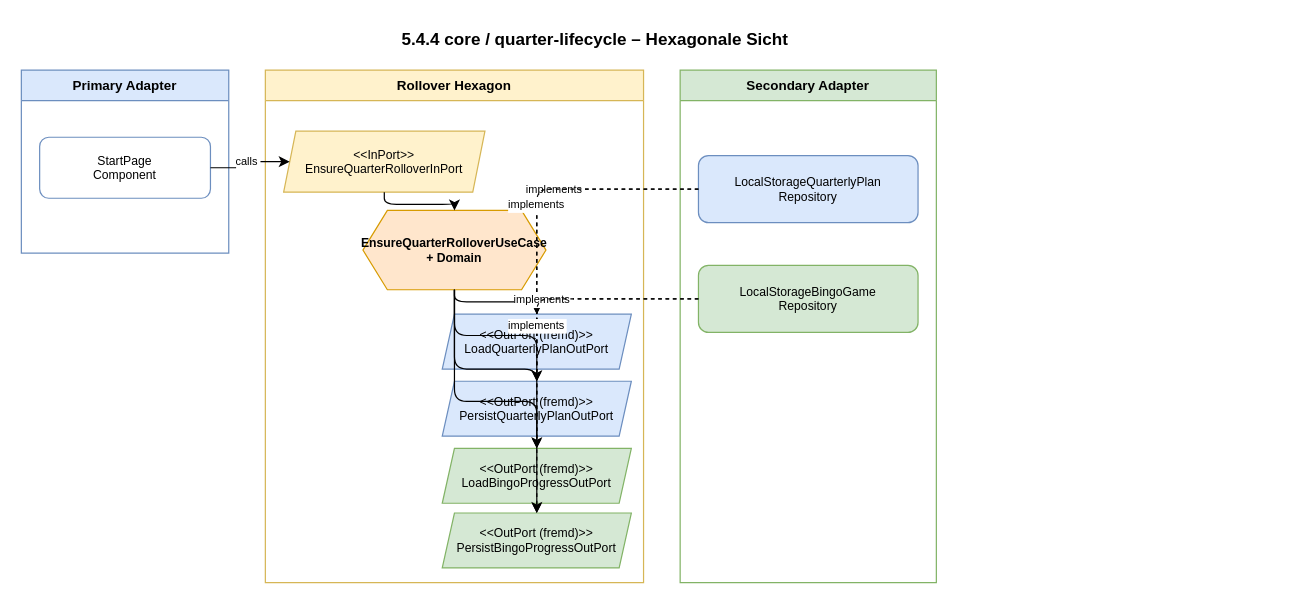
The draw.io diagram docs/diagrams/hexagon-quarter-lifecycle.drawio in flingoflux/knitting-quarterly-bingo, before the edit. Source tidied: cells renumbered, new cells numbered last; positions are measured from the earlier drawing's top-left corner, leaving out a move shared by most shapes. Both pictures are drawn from the tidied source at 122%, with x=0, y=0 at pixel (21, 21).
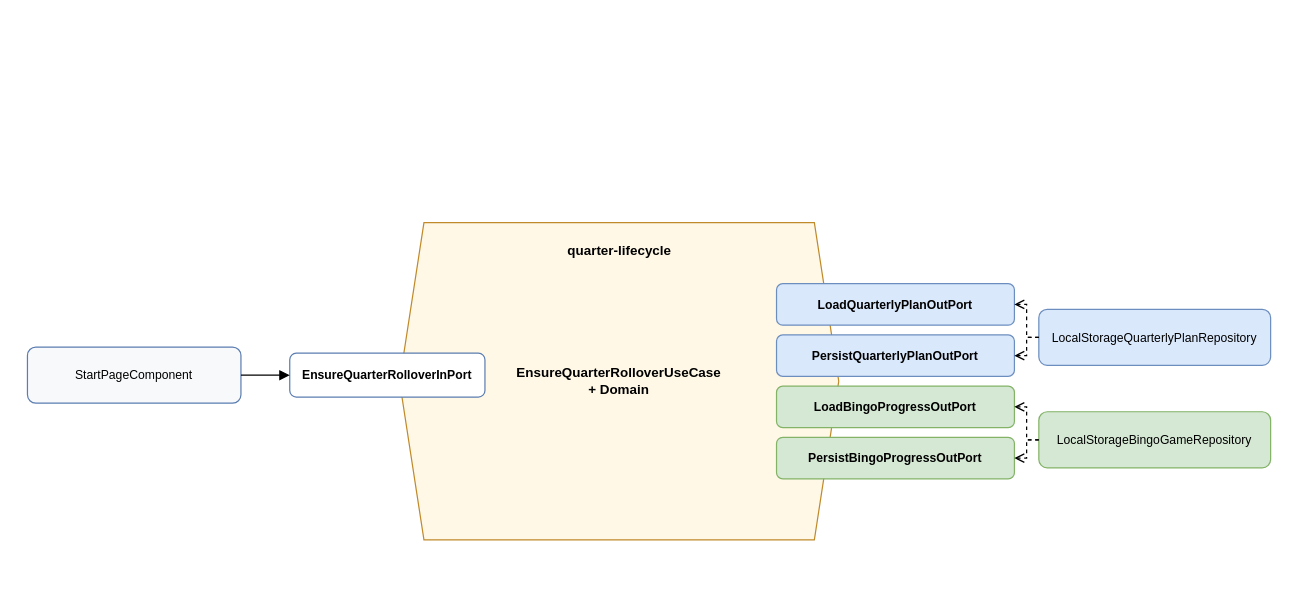
The same page after the edit.

The edit, as a diff of the source:
```diff
@@
-    <mxCell id="2" value="5.4.4 core / quarter-lifecycle – Hexagonale Sicht" style="text;html=1;fontSize=14;fontStyle=1;align=center;" parent="1" vertex="1">
-      <mxGeometry x="80" width="780" height="25" as="geometry" />
-    </mxCell>
-    <mxCell id="3" value="Primary Adapter" style="swimlane;startSize=25;fillColor=#dae8fc;strokeColor=#6c8ebf;fontStyle=1;fontSize=11;" parent="1" vertex="1">
-      <mxGeometry y="40" width="170" height="150" as="geometry" />
-    </mxCell>
+    <mxCell id="7" value="EnsureQuarterRolloverUseCase&#10;+ Domain" style="shape=hexagon;perimeter=hexagonPerimeter2;whiteSpace=wrap;html=1;fixedSize=1;fillColor=#fff8e6;strokeColor=#c08a2a;fontSize=11;fontStyle=1;" parent="1" vertex="1">
+      <mxGeometry x="310" y="165" width="360" height="260" as="geometry" />
+    </mxCell>
-    <mxCell id="4" value="StartPage&#10;Component" style="rounded=1;fillColor=#ffffff;strokeColor=#6c8ebf;fontSize=10;" parent="3" vertex="1">
-      <mxGeometry x="15" y="55" width="140" height="50" as="geometry" />
+    <mxCell id="4" value="StartPageComponent" style="rounded=1;whiteSpace=wrap;html=1;fillColor=#f8f9fb;strokeColor=#5b7db1;fontSize=10;" parent="1" vertex="1">
+      <mxGeometry x="5" y="267" width="175" height="46" as="geometry" />
     </mxCell>
-    <mxCell id="5" value="Rollover Hexagon" style="swimlane;startSize=25;fillColor=#fff2cc;strokeColor=#d6b656;fontStyle=1;fontSize=11;" parent="1" vertex="1">
-      <mxGeometry x="200" y="40" width="310" height="420" as="geometry" />
-    </mxCell>
-    <mxCell id="6" value="&lt;&lt;InPort&gt;&gt;&#10;EnsureQuarterRolloverInPort" style="shape=parallelogram;perimeter=parallelogramPerimeter;fixedSize=1;size=10;fillColor=#fff2cc;strokeColor=#d6b656;fontSize=10;" parent="5" vertex="1">
-      <mxGeometry x="15" y="50" width="165" height="50" as="geometry" />
+    <mxCell id="6" value="EnsureQuarterRolloverInPort" style="rounded=1;whiteSpace=wrap;html=1;fillColor=#ffffff;strokeColor=#5b7db1;fontSize=10;fontStyle=1;" parent="1" vertex="1">
+      <mxGeometry x="220" y="272" width="160" height="36" as="geometry" />
     </mxCell>
-    <mxCell id="7" value="EnsureQuarterRolloverUseCase&#10;+ Domain" style="shape=hexagon;perimeter=hexagonPerimeter2;fixedSize=1;fillColor=#ffe6cc;strokeColor=#d79b00;fontSize=10;fontStyle=1;" parent="5" vertex="1">
-      <mxGeometry x="80" y="115" width="150" height="65" as="geometry" />
-    </mxCell>
+    <mxCell id="25" value="quarter-lifecycle" style="text;html=1;fontSize=11;fontStyle=1;align=center;" parent="1" vertex="1">
+      <mxGeometry x="430" y="175" width="120" height="20" as="geometry" />
+    </mxCell>
-    <mxCell id="8" value="&lt;&lt;OutPort (fremd)&gt;&gt;&#10;LoadQuarterlyPlanOutPort" style="shape=parallelogram;perimeter=parallelogramPerimeter;fixedSize=1;size=10;fillColor=#dae8fc;strokeColor=#6c8ebf;fontSize=10;" parent="5" vertex="1">
-      <mxGeometry x="145" y="200" width="155" height="45" as="geometry" />
+    <mxCell id="8" value="LoadQuarterlyPlanOutPort" style="rounded=1;whiteSpace=wrap;html=1;fillColor=#dae8fc;strokeColor=#6c8ebf;fontSize=10;fontStyle=1;" parent="1" vertex="1">
+      <mxGeometry x="619" y="215" width="195" height="34" as="geometry" />
     </mxCell>
-    <mxCell id="9" value="&lt;&lt;OutPort (fremd)&gt;&gt;&#10;PersistQuarterlyPlanOutPort" style="shape=parallelogram;perimeter=parallelogramPerimeter;fixedSize=1;size=10;fillColor=#dae8fc;strokeColor=#6c8ebf;fontSize=10;" parent="5" vertex="1">
-      <mxGeometry x="145" y="255" width="155" height="45" as="geometry" />
+    <mxCell id="9" value="PersistQuarterlyPlanOutPort" style="rounded=1;whiteSpace=wrap;html=1;fillColor=#dae8fc;strokeColor=#6c8ebf;fontSize=10;fontStyle=1;" parent="1" vertex="1">
+      <mxGeometry x="619" y="257" width="195" height="34" as="geometry" />
     </mxCell>
-    <mxCell id="10" value="&lt;&lt;OutPort (fremd)&gt;&gt;&#10;LoadBingoProgressOutPort" style="shape=parallelogram;perimeter=parallelogramPerimeter;fixedSize=1;size=10;fillColor=#d5e8d4;strokeColor=#82b366;fontSize=10;" parent="5" vertex="1">
-      <mxGeometry x="145" y="310" width="155" height="45" as="geometry" />
+    <mxCell id="10" value="LoadBingoProgressOutPort" style="rounded=1;whiteSpace=wrap;html=1;fillColor=#d5e8d4;strokeColor=#82b366;fontSize=10;fontStyle=1;" parent="1" vertex="1">
+      <mxGeometry x="619" y="299" width="195" height="34" as="geometry" />
     </mxCell>
-    <mxCell id="11" value="&lt;&lt;OutPort (fremd)&gt;&gt;&#10;PersistBingoProgressOutPort" style="shape=parallelogram;perimeter=parallelogramPerimeter;fixedSize=1;size=10;fillColor=#d5e8d4;strokeColor=#82b366;fontSize=10;" parent="5" vertex="1">
-      <mxGeometry x="145" y="363" width="155" height="45" as="geometry" />
+    <mxCell id="11" value="PersistBingoProgressOutPort" style="rounded=1;whiteSpace=wrap;html=1;fillColor=#d5e8d4;strokeColor=#82b366;fontSize=10;fontStyle=1;" parent="1" vertex="1">
+      <mxGeometry x="619" y="341" width="195" height="34" as="geometry" />
     </mxCell>
-    <mxCell id="12" style="edgeStyle=orthogonalEdgeStyle;" parent="5" edge="1" source="6" target="7">
-      <mxGeometry relative="1" as="geometry" />
-    </mxCell>
-    <mxCell id="13" style="edgeStyle=orthogonalEdgeStyle;" parent="5" edge="1" source="7" target="8">
-      <mxGeometry relative="1" as="geometry" />
-    </mxCell>
-    <mxCell id="14" style="edgeStyle=orthogonalEdgeStyle;" parent="5" edge="1" source="7" target="9">
-      <mxGeometry relative="1" as="geometry" />
-    </mxCell>
-    <mxCell id="15" style="edgeStyle=orthogonalEdgeStyle;" parent="5" edge="1" source="7" target="10">
-      <mxGeometry relative="1" as="geometry" />
-    </mxCell>
-    <mxCell id="16" style="edgeStyle=orthogonalEdgeStyle;" parent="5" edge="1" source="7" target="11">
-      <mxGeometry relative="1" as="geometry" />
-    </mxCell>
-    <mxCell id="17" value="Secondary Adapter" style="swimlane;startSize=25;fillColor=#d5e8d4;strokeColor=#82b366;fontStyle=1;fontSize=11;" parent="1" vertex="1">
-      <mxGeometry x="540" y="40" width="210" height="420" as="geometry" />
-    </mxCell>
-    <mxCell id="18" value="LocalStorageQuarterlyPlan&#10;Repository" style="rounded=1;fillColor=#dae8fc;strokeColor=#6c8ebf;fontSize=10;" parent="17" vertex="1">
-      <mxGeometry x="15" y="70" width="180" height="55" as="geometry" />
+    <mxCell id="18" value="LocalStorageQuarterlyPlanRepository" style="rounded=1;whiteSpace=wrap;html=1;fillColor=#dae8fc;strokeColor=#6c8ebf;fontSize=10;" parent="1" vertex="1">
+      <mxGeometry x="834" y="236" width="190" height="46" as="geometry" />
     </mxCell>
-    <mxCell id="19" value="LocalStorageBingoGame&#10;Repository" style="rounded=1;fillColor=#d5e8d4;strokeColor=#82b366;fontSize=10;" parent="17" vertex="1">
-      <mxGeometry x="15" y="160" width="180" height="55" as="geometry" />
+    <mxCell id="19" value="LocalStorageBingoGameRepository" style="rounded=1;whiteSpace=wrap;html=1;fillColor=#d5e8d4;strokeColor=#82b366;fontSize=10;" parent="1" vertex="1">
+      <mxGeometry x="834" y="320" width="190" height="46" as="geometry" />
     </mxCell>
-    <mxCell id="20" value="calls" style="edgeStyle=orthogonalEdgeStyle;fontSize=9;" parent="1" edge="1" source="4" target="6">
+    <mxCell id="20" style="edgeStyle=orthogonalEdgeStyle;rounded=0;endArrow=block;endFill=1;" parent="1" edge="1" source="4" target="6">
       <mxGeometry relative="1" as="geometry" />
     </mxCell>
-    <mxCell id="21" value="implements" style="edgeStyle=orthogonalEdgeStyle;dashed=1;fontSize=9;endArrow=open;endFill=0;" parent="1" edge="1" source="18" target="8">
+    <mxCell id="21" style="edgeStyle=orthogonalEdgeStyle;rounded=0;dashed=1;endArrow=open;endFill=0;" parent="1" edge="1" source="18" target="8">
       <mxGeometry relative="1" as="geometry" />
     </mxCell>
-    <mxCell id="22" value="implements" style="edgeStyle=orthogonalEdgeStyle;dashed=1;fontSize=9;endArrow=open;endFill=0;" parent="1" edge="1" source="18" target="9">
+    <mxCell id="22" style="edgeStyle=orthogonalEdgeStyle;rounded=0;dashed=1;endArrow=open;endFill=0;" parent="1" edge="1" source="18" target="9">
       <mxGeometry relative="1" as="geometry" />
     </mxCell>
-    <mxCell id="23" value="implements" style="edgeStyle=orthogonalEdgeStyle;dashed=1;fontSize=9;endArrow=open;endFill=0;" parent="1" edge="1" source="19" target="10">
+    <mxCell id="23" style="edgeStyle=orthogonalEdgeStyle;rounded=0;dashed=1;endArrow=open;endFill=0;" parent="1" edge="1" source="19" target="10">
       <mxGeometry relative="1" as="geometry" />
     </mxCell>
-    <mxCell id="24" value="implements" style="edgeStyle=orthogonalEdgeStyle;dashed=1;fontSize=9;endArrow=open;endFill=0;" parent="1" edge="1" source="19" target="11">
+    <mxCell id="24" style="edgeStyle=orthogonalEdgeStyle;rounded=0;dashed=1;endArrow=open;endFill=0;" parent="1" edge="1" source="19" target="11">
       <mxGeometry relative="1" as="geometry" />
     </mxCell>
```
